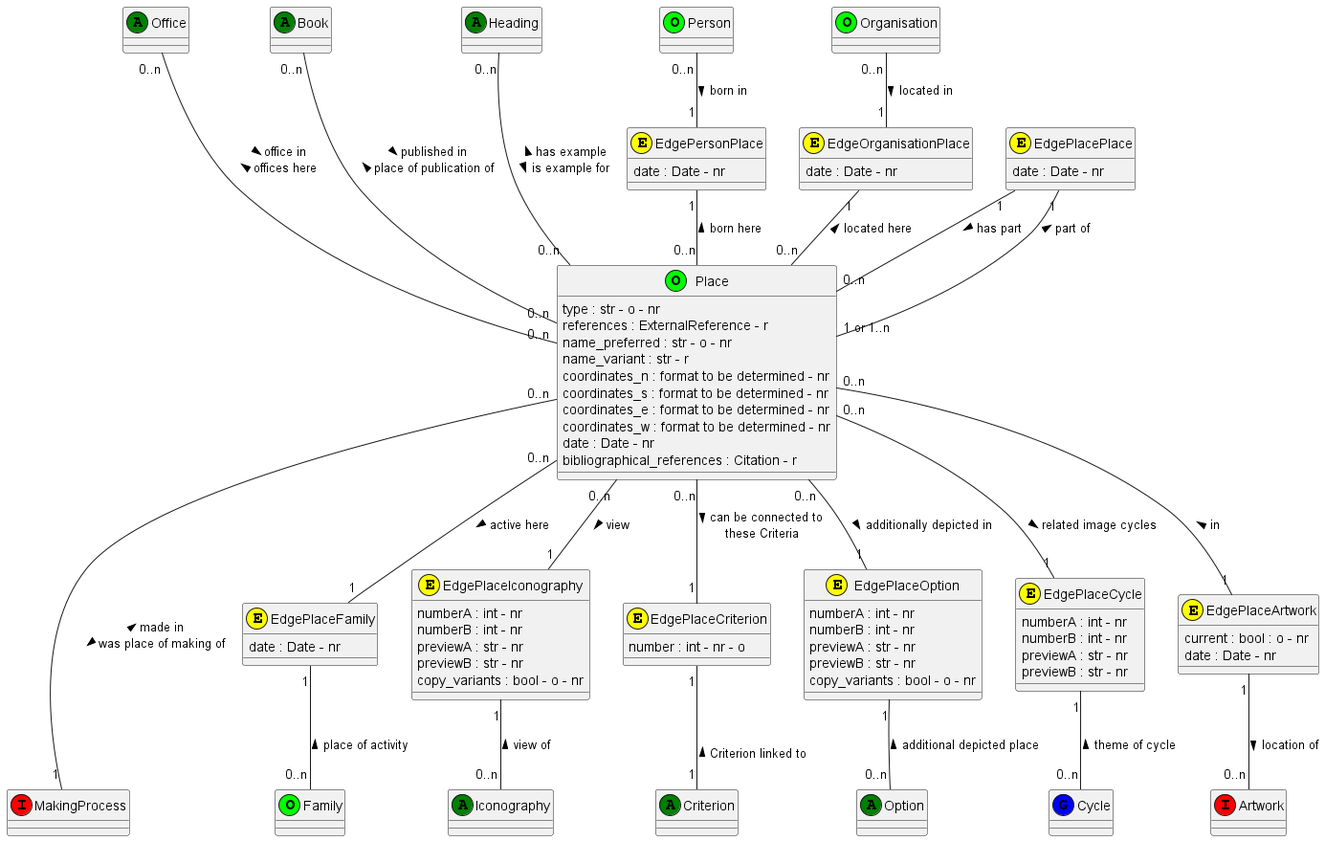
tmasch/bpf_be keeps this PlantUML diagram as documentation/class_diagrams/Place.png. Above is the earlier version.
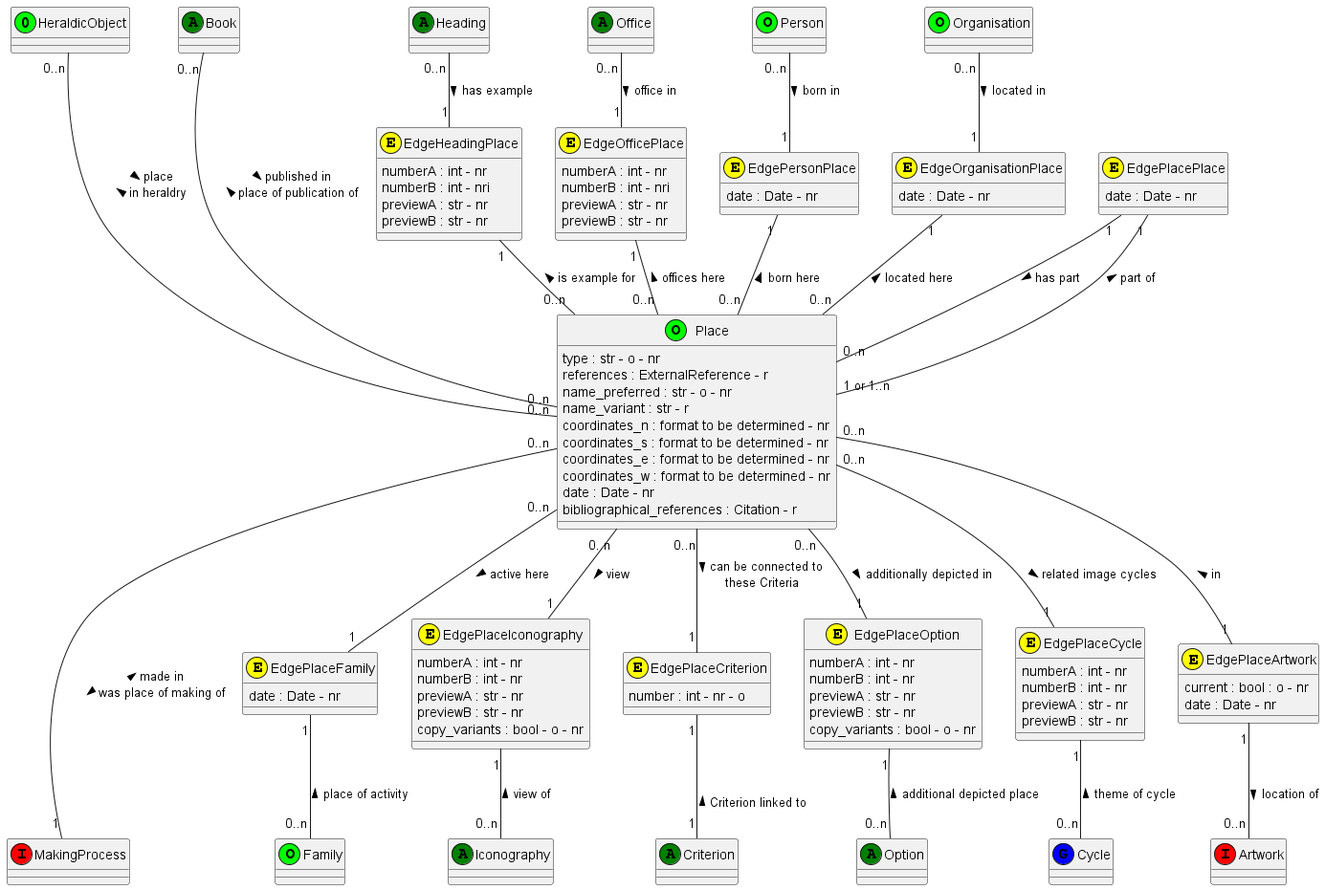
The same file after the commit.

The edit, as a diff of the source:
```diff
@@ -23,6 +23,8 @@
 
 class Place <<(O,lime)>>
 
+class HeraldicObject <<(0,lime)>>
+
 class Iconography <<(A,green)>>
 
 class Option <<(A,green)>>
@@ -38,6 +40,18 @@
 class MakingProcess <<(I,red)>>
 
 class Artwork <<(I,red)>>
+
+class EdgeHeadingPlace  <<(E,yellow)>>
+EdgeHeadingPlace : numberA : int - nr
+EdgeHeadingPlace : numberB : int - nri
+EdgeHeadingPlace : previewA : str - nr
+EdgeHeadingPlace : previewB : str - nr
+
+class EdgeOfficePlace  <<(E,yellow)>>
+EdgeOfficePlace : numberA : int - nr
+EdgeOfficePlace : numberB : int - nri
+EdgeOfficePlace : previewA : str - nr
+EdgeOfficePlace : previewB : str - nr
 
 class EdgePersonPlace <<(E,yellow)>>
 EdgePersonPlace : date : Date - nr
@@ -84,10 +98,13 @@
 Place "0..n" -- "1" EdgePlaceFamily: active here >
 EdgePlaceFamily "1" -- "0..n" Family : place of activity <
 
-Office "0..n" --- "0..n" Place : > office in \n offices here <
+Office "0..n" -- "1" EdgeOfficePlace : > office in
+EdgeOfficePlace "1" -- "0..n" Place :  offices here <
 
 Organisation "0..n" -- "1" EdgeOrganisationPlace : located in >
 EdgeOrganisationPlace "1" -- "0..n" Place : located here <
+
+HeraldicObject "0..n" --- "0..n" Place : > place \n in heraldry <
 
 EdgePlacePlace "1" -- "0..n" Place : has part >
 EdgePlacePlace "1" -- "1 or 1..n" Place : part of <
@@ -101,13 +118,13 @@
 Place "0..n" -- "1" EdgePlaceOption : additionally depicted in >
 EdgePlaceOption "1" -- "0..n" Option : additional depicted place <
 
-
 Place "0..n" -- "1" EdgePlaceCycle : related image cycles >
 EdgePlaceCycle "1" -- "0..n" Cycle : theme of cycle <
 
 Book "0..n" --- "0..n" Place : > published in  \n place of publication of <
 
-Heading "0..n" --- "0..n" Place : < has example \n is example for >
+Heading "0..n" -- "1" EdgeHeadingPlace : > has example
+EdgeHeadingPlace "1" -- "0..n" Place :  is example for <
 
 Place "0..n" --- "1" MakingProcess : < made in \n was place of making of >
 
```
